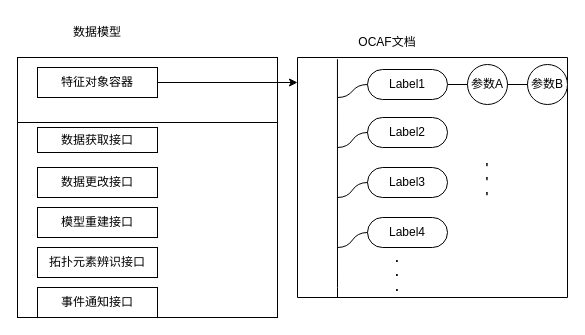
liuhuliuhu123/First-test keeps this draw.io diagram as 数据模型图.drawio. Above is the earlier version. Source tidied: cells renumbered, new cells numbered last; positions are measured from the earlier drawing's top-left corner, leaving out a move shared by most shapes. Both pictures are drawn from the tidied source at 100%, with x=0, y=0 at pixel (17, 17).
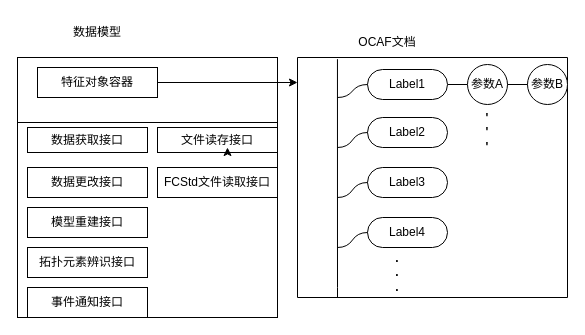
The same diagram, later.

Commit message:
更新数据模型图.drawio

Unchanged cells that the change refers to:
```xml
<mxCell id="12" style="swimlane;startSize=0;" parent="1" vertex="1">
  <mxGeometry x="280" y="40" width="270" height="240" as="geometry" />
</mxCell>
```

What changed in the source:
```diff
@@
     <mxCell id="7" value="数据获取接口" style="rounded=0;whiteSpace=wrap;html=1;" parent="1" vertex="1">
-      <mxGeometry x="20" y="110" width="120" height="25" as="geometry" />
+      <mxGeometry x="10" y="110" width="120" height="25" as="geometry" />
     </mxCell>
     <mxCell id="8" value="数据更改接口" style="rounded=0;whiteSpace=wrap;html=1;" parent="1" vertex="1">
-      <mxGeometry x="20" y="150" width="120" height="30" as="geometry" />
+      <mxGeometry x="10" y="150" width="120" height="30" as="geometry" />
     </mxCell>
     <mxCell id="9" value="模型重建接口" style="rounded=0;whiteSpace=wrap;html=1;" parent="1" vertex="1">
-      <mxGeometry x="20" y="190" width="120" height="30" as="geometry" />
+      <mxGeometry x="10" y="190" width="120" height="30" as="geometry" />
     </mxCell>
     <mxCell id="10" value="拓扑元素辨识接口" style="rounded=0;whiteSpace=wrap;html=1;" parent="1" vertex="1">
-      <mxGeometry x="20" y="230" width="120" height="30" as="geometry" />
+      <mxGeometry x="10" y="230" width="120" height="30" as="geometry" />
     </mxCell>
@@
     <mxCell id="26" value="&lt;b&gt;'&lt;br&gt;'&lt;br&gt;'&lt;/b&gt;" style="text;html=1;strokeColor=none;fillColor=none;align=center;verticalAlign=middle;whiteSpace=wrap;rounded=0;" parent="12" vertex="1">
-      <mxGeometry x="160" y="110" width="60" height="30" as="geometry" />
+      <mxGeometry x="160" y="60" width="60" height="30" as="geometry" />
     </mxCell>
@@
     <mxCell id="29" value="事件通知接口" style="rounded=0;whiteSpace=wrap;html=1;" parent="1" vertex="1">
-      <mxGeometry x="20" y="270" width="120" height="30" as="geometry" />
+      <mxGeometry x="10" y="270" width="120" height="30" as="geometry" />
     </mxCell>
+    <mxCell id="30" value="文件读存接口" style="rounded=0;whiteSpace=wrap;html=1;" parent="1" vertex="1">
+      <mxGeometry x="140" y="110" width="120" height="25" as="geometry" />
+    </mxCell>
+    <mxCell id="31" value="FCStd文件读取接口" style="rounded=0;whiteSpace=wrap;html=1;" parent="1" vertex="1">
+      <mxGeometry x="140" y="150" width="120" height="30" as="geometry" />
+    </mxCell>
+    <mxCell id="32" style="edgeStyle=orthogonalEdgeStyle;rounded=0;orthogonalLoop=1;jettySize=auto;html=1;exitX=0.5;exitY=1;exitDx=0;exitDy=0;entryX=0.583;entryY=0.8;entryDx=0;entryDy=0;entryPerimeter=0;" parent="1" edge="1" source="30" target="30">
+      <mxGeometry relative="1" as="geometry" />
+    </mxCell>
```
